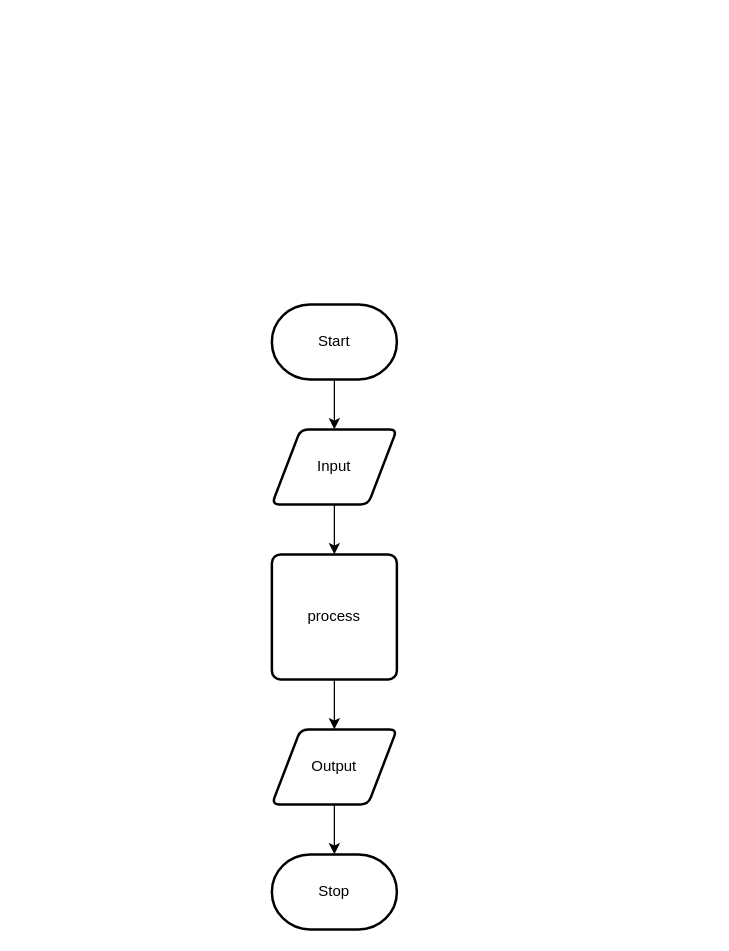
This is design/flow-chart.drawio from ashley-monaghan/ICS2Or-Unit-5-05, a draw.io file, before an edit. Source tidied: cells renumbered, new cells numbered last; positions are measured from the earlier drawing's top-left corner, leaving out a move shared by most shapes. Both pictures are drawn from the tidied source at 125%, with x=0, y=0 at pixel (271, 304).
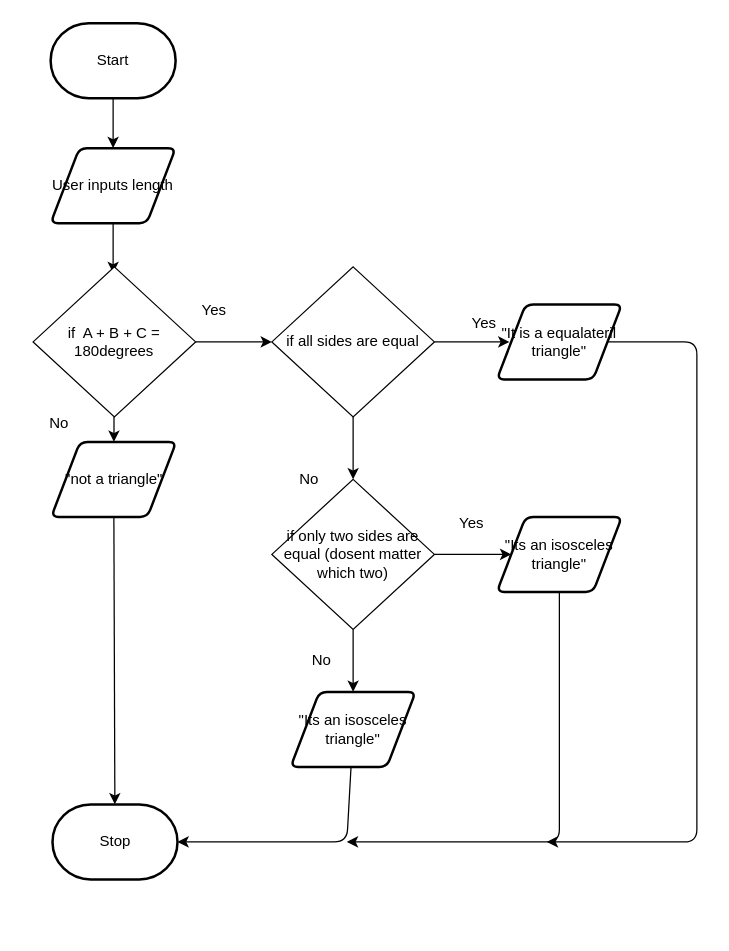
The same diagram, later.

Change to the diagram source:
```diff
@@
     <mxCell id="3" value="Start" style="strokeWidth=2;html=1;shape=mxgraph.flowchart.terminator;whiteSpace=wrap;" parent="1" vertex="1">
-      <mxGeometry width="100" height="60" as="geometry" />
+      <mxGeometry x="-177" y="-225" width="100" height="60" as="geometry" />
     </mxCell>
-    <mxCell id="4" style="edgeStyle=none;html=1;" parent="1" edge="1" source="5" target="7">
-      <mxGeometry relative="1" as="geometry" />
+    <mxCell id="4" style="edgeStyle=none;html=1;" parent="1" edge="1" source="5">
+      <mxGeometry relative="1" as="geometry">
+        <mxPoint x="-127" y="-25" as="targetPoint" />
+      </mxGeometry>
     </mxCell>
-    <mxCell id="5" value="Input" style="shape=parallelogram;html=1;strokeWidth=2;perimeter=parallelogramPerimeter;whiteSpace=wrap;rounded=1;arcSize=12;size=0.23;" parent="1" vertex="1">
-      <mxGeometry y="100" width="100" height="60" as="geometry" />
+    <mxCell id="5" value="User inputs length" style="shape=parallelogram;html=1;strokeWidth=2;perimeter=parallelogramPerimeter;whiteSpace=wrap;rounded=1;arcSize=12;size=0.23;" parent="1" vertex="1">
+      <mxGeometry x="-177" y="-125" width="100" height="60" as="geometry" />
     </mxCell>
-    <mxCell id="6" style="edgeStyle=none;html=1;" parent="1" edge="1" source="7" target="9">
-      <mxGeometry relative="1" as="geometry" />
-    </mxCell>
-    <mxCell id="7" value="process" style="rounded=1;whiteSpace=wrap;html=1;absoluteArcSize=1;arcSize=14;strokeWidth=2;" parent="1" vertex="1">
-      <mxGeometry y="200" width="100" height="100" as="geometry" />
-    </mxCell>
@@
-    <mxCell id="9" value="Output" style="shape=parallelogram;html=1;strokeWidth=2;perimeter=parallelogramPerimeter;whiteSpace=wrap;rounded=1;arcSize=12;size=0.23;" parent="1" vertex="1">
-      <mxGeometry y="340" width="100" height="60" as="geometry" />
+    <mxCell id="9" value="&quot;not a triangle&quot;" style="shape=parallelogram;html=1;strokeWidth=2;perimeter=parallelogramPerimeter;whiteSpace=wrap;rounded=1;arcSize=12;size=0.23;" parent="1" vertex="1">
+      <mxGeometry x="-176.5" y="110" width="100" height="60" as="geometry" />
     </mxCell>
     <mxCell id="10" value="Stop" style="strokeWidth=2;html=1;shape=mxgraph.flowchart.terminator;whiteSpace=wrap;" parent="1" vertex="1">
-      <mxGeometry y="440" width="100" height="60" as="geometry" />
+      <mxGeometry x="-175.5" y="400" width="100" height="60" as="geometry" />
     </mxCell>
+    <mxCell id="11" style="edgeStyle=none;html=1;" parent="1" edge="1" source="13" target="9">
+      <mxGeometry relative="1" as="geometry" />
+    </mxCell>
+    <mxCell id="12" style="edgeStyle=none;html=1;entryX=0;entryY=0.5;entryDx=0;entryDy=0;" parent="1" edge="1" source="13" target="20">
+      <mxGeometry relative="1" as="geometry" />
+    </mxCell>
+    <mxCell id="13" value="if&amp;nbsp; A + B + C = 180degrees" style="rhombus;whiteSpace=wrap;html=1;" parent="1" vertex="1">
+      <mxGeometry x="-191" y="-30" width="130" height="120" as="geometry" />
+    </mxCell>
+    <mxCell id="14" style="edgeStyle=none;html=1;" parent="1" edge="1" source="15">
+      <mxGeometry relative="1" as="geometry">
+        <mxPoint x="220" y="430" as="targetPoint" />
+        <Array as="points">
+          <mxPoint x="340" y="30" />
+          <mxPoint x="340" y="430" />
+        </Array>
+      </mxGeometry>
+    </mxCell>
+    <mxCell id="15" value="&quot;It is a equalateril triangle&quot;" style="shape=parallelogram;html=1;strokeWidth=2;perimeter=parallelogramPerimeter;whiteSpace=wrap;rounded=1;arcSize=12;size=0.23;" parent="1" vertex="1">
+      <mxGeometry x="180" width="100" height="60" as="geometry" />
+    </mxCell>
+    <mxCell id="16" style="edgeStyle=none;html=1;" parent="1" edge="1" source="17">
+      <mxGeometry relative="1" as="geometry">
+        <mxPoint x="60" y="430" as="targetPoint" />
+        <Array as="points">
+          <mxPoint x="230" y="430" />
+        </Array>
+      </mxGeometry>
+    </mxCell>
+    <mxCell id="17" value="&quot;Its an isosceles triangle&quot;" style="shape=parallelogram;html=1;strokeWidth=2;perimeter=parallelogramPerimeter;whiteSpace=wrap;rounded=1;arcSize=12;size=0.23;" parent="1" vertex="1">
+      <mxGeometry x="180" y="170" width="100" height="60" as="geometry" />
+    </mxCell>
+    <mxCell id="18" style="edgeStyle=none;html=1;" parent="1" edge="1" source="20">
+      <mxGeometry relative="1" as="geometry">
+        <mxPoint x="190" y="30" as="targetPoint" />
+      </mxGeometry>
+    </mxCell>
+    <mxCell id="19" style="edgeStyle=none;html=1;" parent="1" edge="1" source="20" target="23">
+      <mxGeometry relative="1" as="geometry" />
+    </mxCell>
+    <mxCell id="20" value="if all sides are equal" style="rhombus;whiteSpace=wrap;html=1;" parent="1" vertex="1">
+      <mxGeometry y="-30" width="130" height="120" as="geometry" />
+    </mxCell>
+    <mxCell id="21" style="edgeStyle=none;html=1;" parent="1" edge="1" source="23" target="17">
+      <mxGeometry relative="1" as="geometry" />
+    </mxCell>
+    <mxCell id="22" style="edgeStyle=none;html=1;entryX=0.5;entryY=0;entryDx=0;entryDy=0;" parent="1" edge="1" source="23" target="25">
+      <mxGeometry relative="1" as="geometry" />
+    </mxCell>
+    <mxCell id="23" value="if only two sides are equal (dosent matter which two)" style="rhombus;whiteSpace=wrap;html=1;" parent="1" vertex="1">
+      <mxGeometry y="140" width="130" height="120" as="geometry" />
+    </mxCell>
+    <mxCell id="24" style="edgeStyle=none;html=1;entryX=1;entryY=0.5;entryDx=0;entryDy=0;entryPerimeter=0;" parent="1" edge="1" source="25" target="10">
+      <mxGeometry relative="1" as="geometry">
+        <Array as="points">
+          <mxPoint x="60" y="430" />
+        </Array>
+      </mxGeometry>
+    </mxCell>
+    <mxCell id="25" value="&quot;Its an isosceles triangle&quot;" style="shape=parallelogram;html=1;strokeWidth=2;perimeter=parallelogramPerimeter;whiteSpace=wrap;rounded=1;arcSize=12;size=0.23;" parent="1" vertex="1">
+      <mxGeometry x="15" y="310" width="100" height="60" as="geometry" />
+    </mxCell>
+    <mxCell id="26" value="Yes" style="text;html=1;strokeColor=none;fillColor=none;align=center;verticalAlign=middle;whiteSpace=wrap;rounded=0;" parent="1" vertex="1">
+      <mxGeometry x="-76.5" y="-10" width="60" height="30" as="geometry" />
+    </mxCell>
+    <mxCell id="27" value="Yes" style="text;html=1;strokeColor=none;fillColor=none;align=center;verticalAlign=middle;whiteSpace=wrap;rounded=0;" parent="1" vertex="1">
+      <mxGeometry x="140" width="60" height="30" as="geometry" />
+    </mxCell>
+    <mxCell id="28" value="Yes" style="text;html=1;strokeColor=none;fillColor=none;align=center;verticalAlign=middle;whiteSpace=wrap;rounded=0;" parent="1" vertex="1">
+      <mxGeometry x="130" y="160" width="60" height="30" as="geometry" />
+    </mxCell>
+    <mxCell id="29" value="No" style="text;html=1;strokeColor=none;fillColor=none;align=center;verticalAlign=middle;whiteSpace=wrap;rounded=0;" parent="1" vertex="1">
+      <mxGeometry x="-200" y="80" width="60" height="30" as="geometry" />
+    </mxCell>
+    <mxCell id="30" value="No" style="text;html=1;strokeColor=none;fillColor=none;align=center;verticalAlign=middle;whiteSpace=wrap;rounded=0;" parent="1" vertex="1">
+      <mxGeometry y="125" width="60" height="30" as="geometry" />
+    </mxCell>
+    <mxCell id="31" value="No" style="text;html=1;strokeColor=none;fillColor=none;align=center;verticalAlign=middle;whiteSpace=wrap;rounded=0;" parent="1" vertex="1">
+      <mxGeometry x="10" y="270" width="60" height="30" as="geometry" />
+    </mxCell>
```
